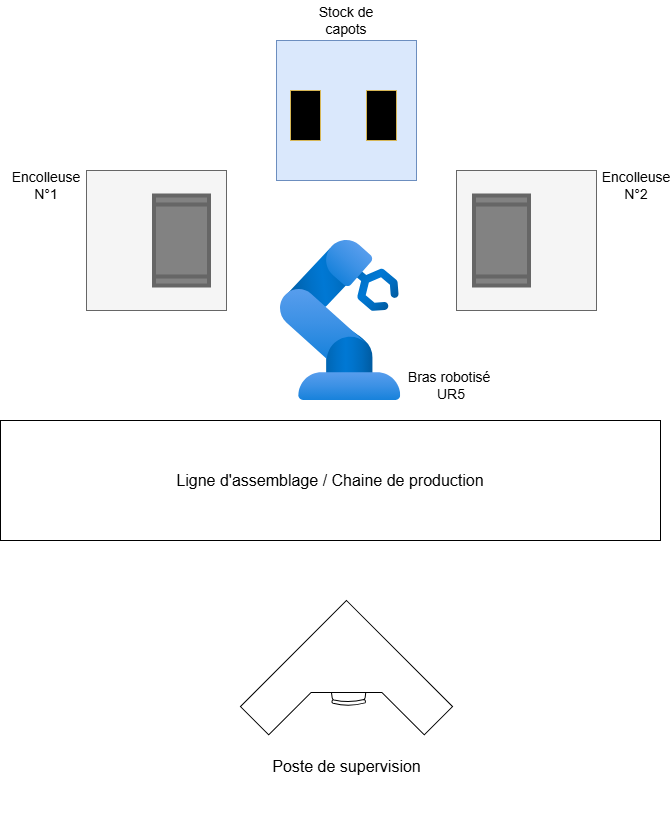
Earlier version of the draw.io export SchemaGlobal/ligne_d_assemblage_auto.drawio.png (CharifMah/Systemes_automatises). Source tidied: cells renumbered, new cells last; positions are measured from the earlier drawing's top-left corner, leaving out a move shared by most shapes.
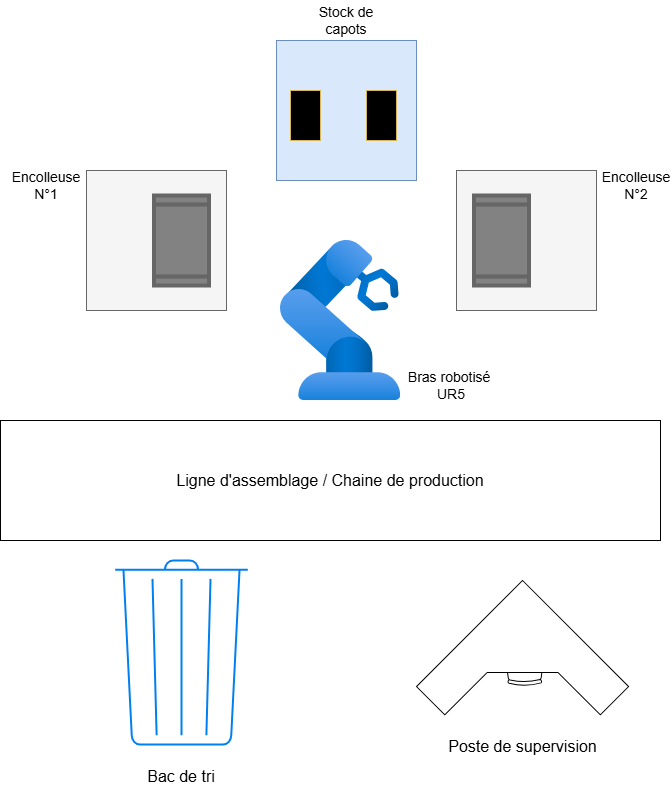
The same diagram one commit later.

Diff of the diagram source:
```diff
@@ -42,7 +42,7 @@
       <mxGeometry x="406" y="370" width="89.8" height="30" as="geometry" />
     </mxCell>
     <mxCell id="15" style="group;" parent="1" vertex="1">
-      <mxGeometry x="239.9" y="600" width="212.1" height="212.1" as="geometry" />
+      <mxGeometry x="416" y="580" width="212.1" height="212.1" as="geometry" />
     </mxCell>
     <mxCell id="16" style="verticalLabelPosition=bottom;html=1;verticalAlign=top;align=center;shape=mxgraph.floorplan.desk_corner;rotation=45;" parent="15" vertex="1">
       <mxGeometry x="31.1" y="31.1" width="150" height="150" as="geometry" />
@@ -50,5 +50,14 @@
     <mxCell id="17" value="&lt;span style=&quot;font-size: 16px;&quot;&gt;Poste de supervision&lt;/span&gt;" style="text;html=1;align=center;verticalAlign=middle;whiteSpace=wrap;rounded=0;" parent="15" vertex="1">
       <mxGeometry x="3.6" y="151.1" width="205" height="30" as="geometry" />
     </mxCell>
+    <mxCell id="18" style="group;" parent="1" vertex="1">
+      <mxGeometry x="96" y="560" width="170" height="230" as="geometry" />
+    </mxCell>
+    <mxCell id="19" style="html=1;verticalLabelPosition=bottom;align=center;labelBackgroundColor=#ffffff;verticalAlign=top;strokeWidth=2;strokeColor=#0080F0;shadow=0;dashed=0;shape=mxgraph.ios7.icons.trashcan;" parent="18" vertex="1">
+      <mxGeometry x="18.7" width="132.7" height="184" as="geometry" />
+    </mxCell>
+    <mxCell id="20" value="&lt;span style=&quot;font-size: 16px;&quot;&gt;Bac de tri&lt;/span&gt;" style="text;html=1;align=center;verticalAlign=middle;whiteSpace=wrap;rounded=0;" parent="18" vertex="1">
+      <mxGeometry y="202.4" width="170" height="27.6" as="geometry" />
+    </mxCell>
   </root>
 </mxGraphModel>
```
